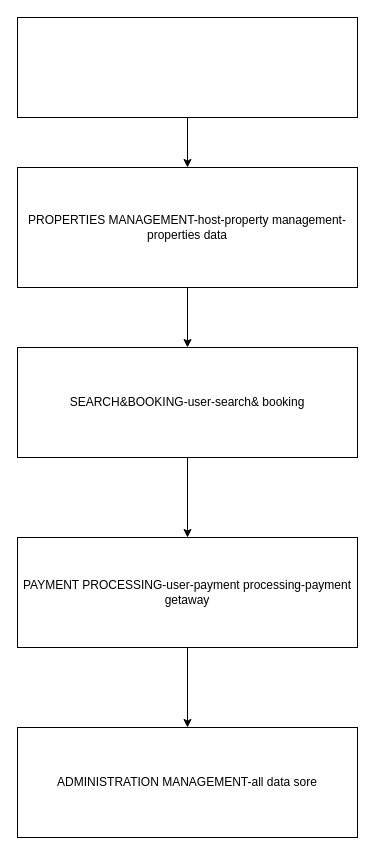
Above: BUHLE JANDA Diagram.drawio in buhle940128/Airbnb-clone-project (draw.io), before the change. Source tidied: cells renumbered, new cells numbered last; positions are measured from the earlier drawing's top-left corner, leaving out a move shared by most shapes. Both pictures are drawn from the tidied source at 100%, with x=0, y=0 at pixel (17, 17).
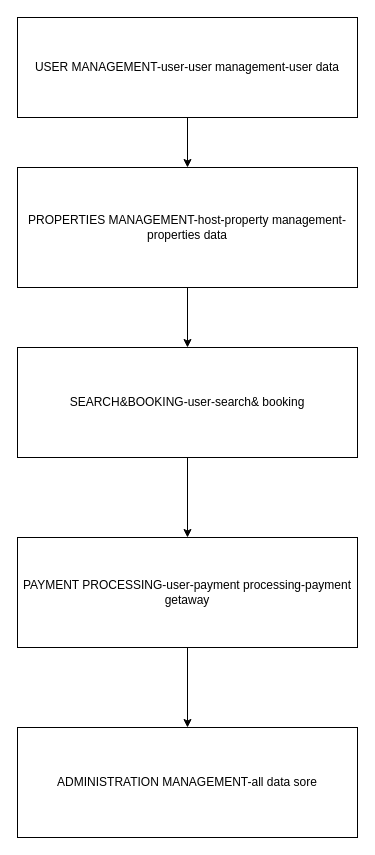
The same page after the edit.

Commit message:
Update BUHLE JANDA3 Diagram.drawio

Diff of the diagram source:
```diff
@@
 <mxGraphModel>
   <root>
     <mxCell id="0" />
     <mxCell id="1" parent="0" />
     <mxCell id="2" style="edgeStyle=orthogonalEdgeStyle;rounded=0;jettySize=auto;html=1;" parent="1" edge="1" source="3" target="5">
       <mxGeometry relative="1" as="geometry" />
     </mxCell>
-    <mxCell id="3" style="rounded=0;whiteSpace=wrap;html=1;" parent="1" vertex="1">
+    <mxCell id="3" value="USER MANAGEMENT-user-user management-user data" style="rounded=0;whiteSpace=wrap;html=1;" parent="1" vertex="1">
       <mxGeometry width="340" height="100" as="geometry" />
     </mxCell>
     <mxCell id="4" style="edgeStyle=orthogonalEdgeStyle;rounded=0;jettySize=auto;html=1;" parent="1" edge="1" source="5" target="7">
       <mxGeometry relative="1" as="geometry" />
     </mxCell>
     <mxCell id="5" value="PROPERTIES MANAGEMENT-host-property management-properties data" style="rounded=0;whiteSpace=wrap;html=1;" parent="1" vertex="1">
       <mxGeometry y="150" width="340" height="120" as="geometry" />
     </mxCell>
     <mxCell id="6" style="edgeStyle=orthogonalEdgeStyle;rounded=0;jettySize=auto;html=1;" parent="1" edge="1" source="7" target="9">
       <mxGeometry relative="1" as="geometry" />
     </mxCell>
     <mxCell id="7" value="SEARCH&amp;amp;BOOKING-user-search&amp;amp; booking" style="rounded=0;whiteSpace=wrap;html=1;" parent="1" vertex="1">
       <mxGeometry y="330" width="340" height="110" as="geometry" />
     </mxCell>
     <mxCell id="8" style="edgeStyle=orthogonalEdgeStyle;rounded=0;jettySize=auto;html=1;" parent="1" edge="1" source="9" target="10">
       <mxGeometry relative="1" as="geometry" />
     </mxCell>
     <mxCell id="9" value="PAYMENT PROCESSING-user-payment processing-payment getaway" style="rounded=0;whiteSpace=wrap;html=1;" parent="1" vertex="1">
       <mxGeometry y="520" width="340" height="110" as="geometry" />
     </mxCell>
     <mxCell id="10" value="ADMINISTRATION MANAGEMENT-all data sore" style="rounded=0;whiteSpace=wrap;html=1;" parent="1" vertex="1">
       <mxGeometry y="710" width="340" height="110" as="geometry" />
     </mxCell>
   </root>
 </mxGraphModel>
```
